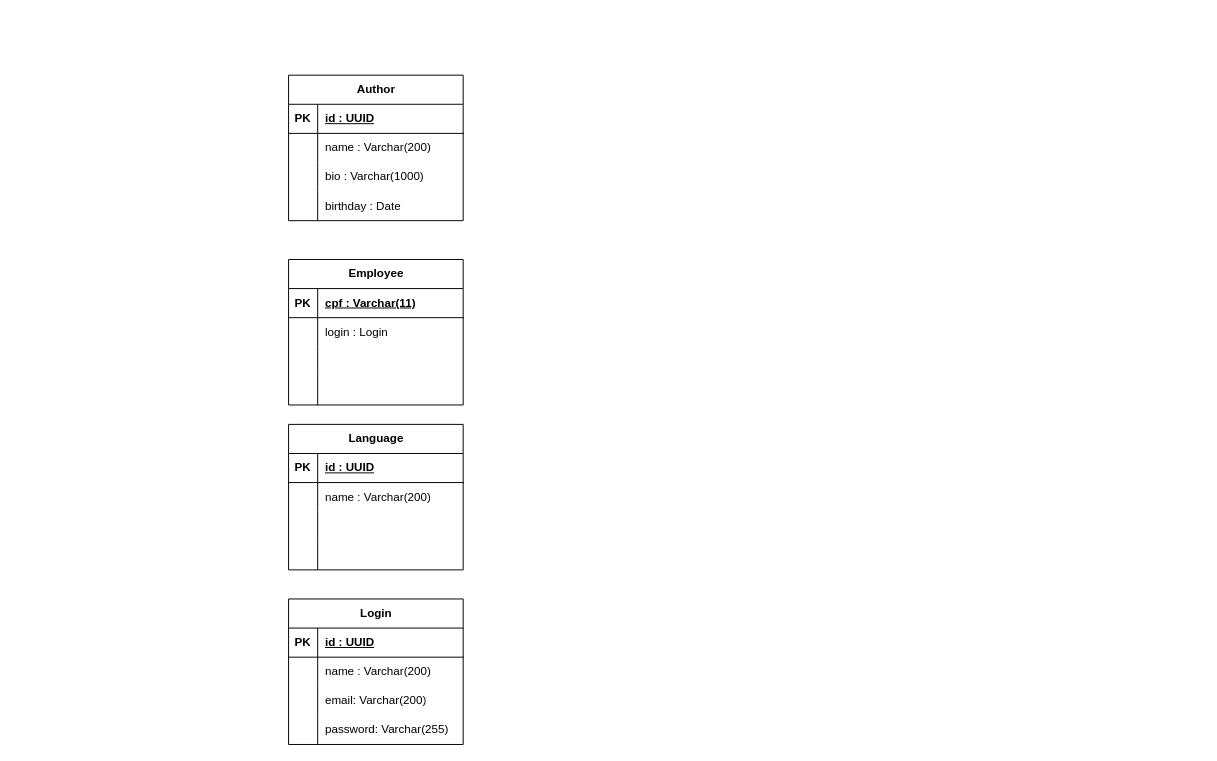
Before: docs/library.drawio in jvrss/library_backend, a draw.io diagram. Source tidied: cells renumbered, new cells numbered last; positions are measured from the earlier drawing's top-left corner, leaving out a move shared by most shapes. Both pictures are drawn from the tidied source at 97%, with x=0, y=0 at pixel (288, 75).
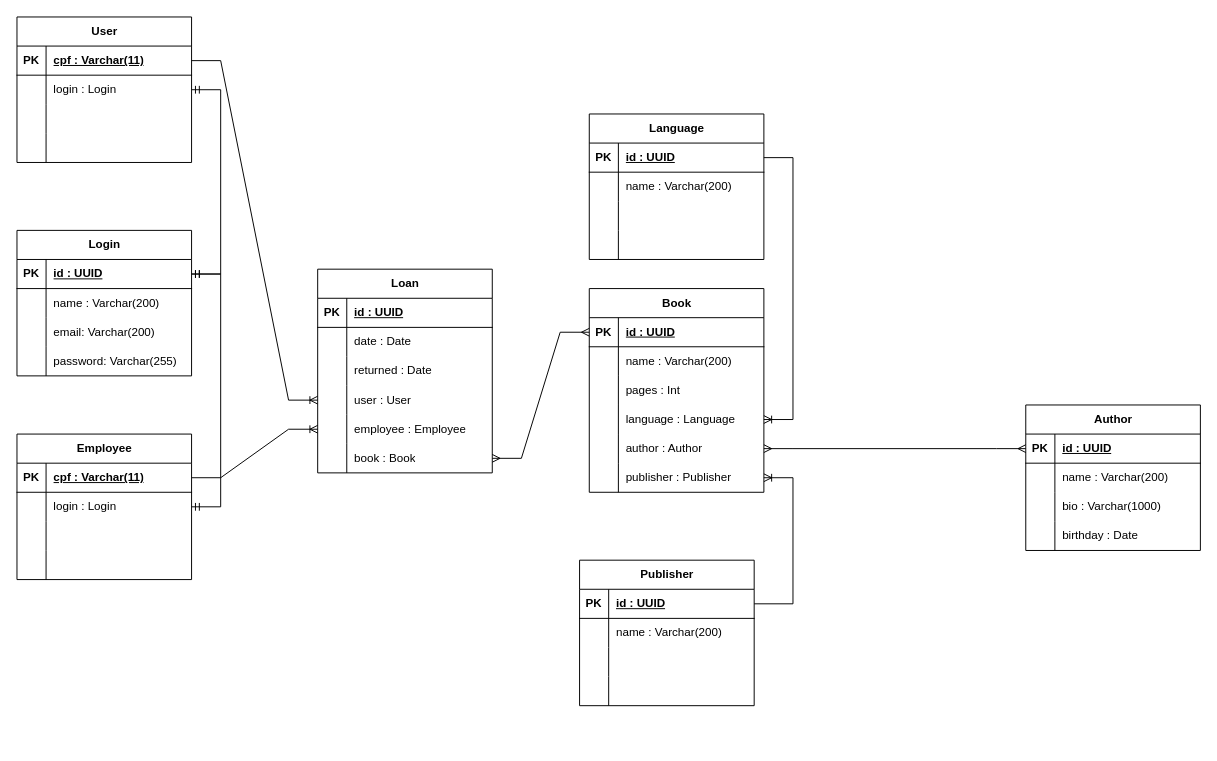
The same diagram, later.

The change refers to these unchanged cells:
```xml
<mxCell id="3" style="shape=tableRow;horizontal=0;startSize=0;swimlaneHead=0;swimlaneBody=0;fillColor=none;points=[[0,0.5],[1,0.5]];portConstraint=eastwest;top=0;left=0;right=0;bottom=1;" parent="2" vertex="1">
  <mxGeometry y="30" width="180" height="30" as="geometry" />
</mxCell>
<mxCell id="16" style="shape=tableRow;horizontal=0;startSize=0;swimlaneHead=0;swimlaneBody=0;fillColor=none;points=[[0,0.5],[1,0.5]];portConstraint=eastwest;top=0;left=0;right=0;bottom=1;" parent="15" vertex="1">
  <mxGeometry y="30" width="180" height="30" as="geometry" />
</mxCell>
<mxCell id="19" style="shape=tableRow;horizontal=0;startSize=0;swimlaneHead=0;swimlaneBody=0;fillColor=none;points=[[0,0.5],[1,0.5]];portConstraint=eastwest;top=0;left=0;right=0;bottom=0;" parent="15" vertex="1">
  <mxGeometry y="60" width="180" height="30" as="geometry" />
</mxCell>
<mxCell id="29" style="shape=tableRow;horizontal=0;startSize=0;swimlaneHead=0;swimlaneBody=0;fillColor=none;points=[[0,0.5],[1,0.5]];portConstraint=eastwest;top=0;left=0;right=0;bottom=1;" parent="28" vertex="1">
  <mxGeometry y="30" width="180" height="30" as="geometry" />
</mxCell>
<mxCell id="42" style="shape=tableRow;horizontal=0;startSize=0;swimlaneHead=0;swimlaneBody=0;fillColor=none;points=[[0,0.5],[1,0.5]];portConstraint=eastwest;top=0;left=0;right=0;bottom=1;" parent="41" vertex="1">
  <mxGeometry y="30" width="180" height="30" as="geometry" />
</mxCell>
```

What changed in the source:
```diff
@@
     <mxCell id="2" value="Author" style="shape=table;startSize=30;childLayout=tableLayout;rowLines=0;fontStyle=1;align=center;html=1;" parent="1" vertex="1">
-      <mxGeometry width="180" height="150" as="geometry" />
+      <mxGeometry x="760" y="340" width="180" height="150" as="geometry" />
     </mxCell>
@@
     <mxCell id="15" value="Employee" style="shape=table;startSize=30;childLayout=tableLayout;rowLines=0;fontStyle=1;align=center;html=1;" parent="1" vertex="1">
-      <mxGeometry y="190" width="180" height="150" as="geometry" />
+      <mxGeometry x="-280" y="370" width="180" height="150" as="geometry" />
     </mxCell>
@@
     <mxCell id="28" value="Language" style="shape=table;startSize=30;childLayout=tableLayout;rowLines=0;fontStyle=1;align=center;html=1;" parent="1" vertex="1">
-      <mxGeometry y="360" width="180" height="150" as="geometry" />
+      <mxGeometry x="310" y="40" width="180" height="150" as="geometry" />
     </mxCell>
@@
     <mxCell id="41" value="Login" style="shape=table;startSize=30;childLayout=tableLayout;rowLines=0;fontStyle=1;align=center;html=1;" parent="1" vertex="1">
-      <mxGeometry y="540" width="180" height="150" as="geometry" />
+      <mxGeometry x="-280" y="160" width="180" height="150" as="geometry" />
     </mxCell>
@@
+    <mxCell id="54" value="&lt;div&gt;Publisher&lt;/div&gt;" style="shape=table;startSize=30;childLayout=tableLayout;rowLines=0;fontStyle=1;align=center;html=1;" parent="1" vertex="1">
+      <mxGeometry x="300" y="500" width="180" height="150" as="geometry" />
+    </mxCell>
+    <mxCell id="55" style="shape=tableRow;horizontal=0;startSize=0;swimlaneHead=0;swimlaneBody=0;fillColor=none;points=[[0,0.5],[1,0.5]];portConstraint=eastwest;top=0;left=0;right=0;bottom=1;" parent="54" vertex="1">
+      <mxGeometry y="30" width="180" height="30" as="geometry" />
+    </mxCell>
+    <mxCell id="56" value="PK" style="shape=partialRectangle;fillColor=none;top=0;left=0;bottom=0;right=0;fontStyle=1;overflow=hidden;whiteSpace=wrap;html=1;" parent="55" vertex="1">
+      <mxGeometry width="30" height="30" as="geometry" />
+    </mxCell>
+    <mxCell id="57" value="id : UUID" style="shape=partialRectangle;fillColor=none;top=0;left=0;bottom=0;right=0;align=left;spacingLeft=6;fontStyle=5;overflow=hidden;whiteSpace=wrap;html=1;" parent="55" vertex="1">
+      <mxGeometry x="30" width="150" height="30" as="geometry" />
+    </mxCell>
+    <mxCell id="58" style="shape=tableRow;horizontal=0;startSize=0;swimlaneHead=0;swimlaneBody=0;fillColor=none;top=0;left=0;right=0;bottom=0;" parent="54" vertex="1">
+      <mxGeometry y="60" width="180" height="30" as="geometry" />
+    </mxCell>
+    <mxCell id="59" style="shape=partialRectangle;fillColor=none;top=0;left=0;bottom=0;right=0;overflow=hidden;whiteSpace=wrap;html=1;" parent="58" vertex="1">
+      <mxGeometry width="30" height="30" as="geometry" />
+    </mxCell>
+    <mxCell id="60" value="name : Varchar(200)" style="shape=partialRectangle;fillColor=none;top=0;left=0;bottom=0;right=0;align=left;spacingLeft=6;overflow=hidden;whiteSpace=wrap;html=1;" parent="58" vertex="1">
+      <mxGeometry x="30" width="150" height="30" as="geometry" />
+    </mxCell>
+    <mxCell id="61" style="shape=tableRow;horizontal=0;startSize=0;swimlaneHead=0;swimlaneBody=0;fillColor=none;top=0;left=0;right=0;bottom=0;" parent="54" vertex="1">
+      <mxGeometry y="90" width="180" height="30" as="geometry" />
+    </mxCell>
+    <mxCell id="62" style="shape=partialRectangle;fillColor=none;top=0;left=0;bottom=0;right=0;overflow=hidden;whiteSpace=wrap;html=1;" parent="61" vertex="1">
+      <mxGeometry width="30" height="30" as="geometry" />
+    </mxCell>
+    <mxCell id="63" style="shape=partialRectangle;fillColor=none;top=0;left=0;bottom=0;right=0;align=left;spacingLeft=6;overflow=hidden;whiteSpace=wrap;html=1;" parent="61" vertex="1">
+      <mxGeometry x="30" width="150" height="30" as="geometry" />
+    </mxCell>
+    <mxCell id="64" style="shape=tableRow;horizontal=0;startSize=0;swimlaneHead=0;swimlaneBody=0;fillColor=none;top=0;left=0;right=0;bottom=0;" parent="54" vertex="1">
+      <mxGeometry y="120" width="180" height="30" as="geometry" />
+    </mxCell>
+    <mxCell id="65" style="shape=partialRectangle;fillColor=none;top=0;left=0;bottom=0;right=0;overflow=hidden;whiteSpace=wrap;html=1;" parent="64" vertex="1">
+      <mxGeometry width="30" height="30" as="geometry" />
+    </mxCell>
+    <mxCell id="66" style="shape=partialRectangle;fillColor=none;top=0;left=0;bottom=0;right=0;align=left;spacingLeft=6;overflow=hidden;whiteSpace=wrap;html=1;" parent="64" vertex="1">
+      <mxGeometry x="30" width="150" height="30" as="geometry" />
+    </mxCell>
+    <mxCell id="67" value="User" style="shape=table;startSize=30;childLayout=tableLayout;rowLines=0;fontStyle=1;align=center;html=1;" parent="1" vertex="1">
+      <mxGeometry x="-280" y="-60" width="180" height="150" as="geometry" />
+    </mxCell>
+    <mxCell id="68" style="shape=tableRow;horizontal=0;startSize=0;swimlaneHead=0;swimlaneBody=0;fillColor=none;points=[[0,0.5],[1,0.5]];portConstraint=eastwest;top=0;left=0;right=0;bottom=1;" parent="67" vertex="1">
+      <mxGeometry y="30" width="180" height="30" as="geometry" />
+    </mxCell>
+    <mxCell id="69" value="PK" style="shape=partialRectangle;fillColor=none;top=0;left=0;bottom=0;right=0;fontStyle=1;overflow=hidden;whiteSpace=wrap;html=1;" parent="68" vertex="1">
+      <mxGeometry width="30" height="30" as="geometry" />
+    </mxCell>
+    <mxCell id="70" value="cpf : Varchar(11)" style="shape=partialRectangle;fillColor=none;top=0;left=0;bottom=0;right=0;align=left;spacingLeft=6;fontStyle=5;overflow=hidden;whiteSpace=wrap;html=1;" parent="68" vertex="1">
+      <mxGeometry x="30" width="150" height="30" as="geometry" />
+    </mxCell>
+    <mxCell id="71" style="shape=tableRow;horizontal=0;startSize=0;swimlaneHead=0;swimlaneBody=0;fillColor=none;points=[[0,0.5],[1,0.5]];portConstraint=eastwest;top=0;left=0;right=0;bottom=0;" parent="67" vertex="1">
+      <mxGeometry y="60" width="180" height="30" as="geometry" />
+    </mxCell>
+    <mxCell id="72" style="shape=partialRectangle;fillColor=none;top=0;left=0;bottom=0;right=0;overflow=hidden;whiteSpace=wrap;html=1;" parent="71" vertex="1">
+      <mxGeometry width="30" height="30" as="geometry" />
+    </mxCell>
+    <mxCell id="73" value="login : Login" style="shape=partialRectangle;fillColor=none;top=0;left=0;bottom=0;right=0;align=left;spacingLeft=6;overflow=hidden;whiteSpace=wrap;html=1;" parent="71" vertex="1">
+      <mxGeometry x="30" width="150" height="30" as="geometry" />
+    </mxCell>
+    <mxCell id="74" style="shape=tableRow;horizontal=0;startSize=0;swimlaneHead=0;swimlaneBody=0;fillColor=none;top=0;left=0;right=0;bottom=0;" parent="67" vertex="1">
+      <mxGeometry y="90" width="180" height="30" as="geometry" />
+    </mxCell>
+    <mxCell id="75" style="shape=partialRectangle;fillColor=none;top=0;left=0;bottom=0;right=0;overflow=hidden;whiteSpace=wrap;html=1;" parent="74" vertex="1">
+      <mxGeometry width="30" height="30" as="geometry" />
+    </mxCell>
+    <mxCell id="76" style="shape=partialRectangle;fillColor=none;top=0;left=0;bottom=0;right=0;align=left;spacingLeft=6;overflow=hidden;whiteSpace=wrap;html=1;" parent="74" vertex="1">
+      <mxGeometry x="30" width="150" height="30" as="geometry" />
+    </mxCell>
+    <mxCell id="77" style="shape=tableRow;horizontal=0;startSize=0;swimlaneHead=0;swimlaneBody=0;fillColor=none;top=0;left=0;right=0;bottom=0;" parent="67" vertex="1">
+      <mxGeometry y="120" width="180" height="30" as="geometry" />
+    </mxCell>
+    <mxCell id="78" style="shape=partialRectangle;fillColor=none;top=0;left=0;bottom=0;right=0;overflow=hidden;whiteSpace=wrap;html=1;" parent="77" vertex="1">
+      <mxGeometry width="30" height="30" as="geometry" />
+    </mxCell>
+    <mxCell id="79" style="shape=partialRectangle;fillColor=none;top=0;left=0;bottom=0;right=0;align=left;spacingLeft=6;overflow=hidden;whiteSpace=wrap;html=1;" parent="77" vertex="1">
+      <mxGeometry x="30" width="150" height="30" as="geometry" />
+    </mxCell>
+    <mxCell id="80" style="edgeStyle=entityRelationEdgeStyle;fontSize=12;html=1;endArrow=ERmandOne;startArrow=ERmandOne;rounded=0;" parent="1" edge="1" source="42" target="71">
+      <mxGeometry relative="1" as="geometry" />
+    </mxCell>
+    <mxCell id="81" style="edgeStyle=entityRelationEdgeStyle;fontSize=12;html=1;endArrow=ERmandOne;startArrow=ERmandOne;rounded=0;" parent="1" edge="1" source="19" target="42">
+      <mxGeometry relative="1" as="geometry" />
+    </mxCell>
+    <mxCell id="82" value="Loan" style="shape=table;startSize=30;childLayout=tableLayout;rowLines=0;fontStyle=1;align=center;html=1;" parent="1" vertex="1">
+      <mxGeometry x="30" y="200" width="180" height="210" as="geometry" />
+    </mxCell>
+    <mxCell id="83" style="shape=tableRow;horizontal=0;startSize=0;swimlaneHead=0;swimlaneBody=0;fillColor=none;top=0;left=0;right=0;bottom=1;" parent="82" vertex="1">
+      <mxGeometry y="30" width="180" height="30" as="geometry" />
+    </mxCell>
+    <mxCell id="84" value="PK" style="shape=partialRectangle;fillColor=none;top=0;left=0;bottom=0;right=0;fontStyle=1;overflow=hidden;whiteSpace=wrap;html=1;" parent="83" vertex="1">
+      <mxGeometry width="30" height="30" as="geometry" />
+    </mxCell>
+    <mxCell id="85" value="id : UUID" style="shape=partialRectangle;fillColor=none;top=0;left=0;bottom=0;right=0;align=left;spacingLeft=6;fontStyle=5;overflow=hidden;whiteSpace=wrap;html=1;" parent="83" vertex="1">
+      <mxGeometry x="30" width="150" height="30" as="geometry" />
+    </mxCell>
+    <mxCell id="86" style="shape=tableRow;horizontal=0;startSize=0;swimlaneHead=0;swimlaneBody=0;fillColor=none;top=0;left=0;right=0;bottom=0;" parent="82" vertex="1">
+      <mxGeometry y="60" width="180" height="30" as="geometry" />
+    </mxCell>
+    <mxCell id="87" style="shape=partialRectangle;fillColor=none;top=0;left=0;bottom=0;right=0;overflow=hidden;whiteSpace=wrap;html=1;" parent="86" vertex="1">
+      <mxGeometry width="30" height="30" as="geometry" />
+    </mxCell>
+    <mxCell id="88" value="date : Date" style="shape=partialRectangle;fillColor=none;top=0;left=0;bottom=0;right=0;align=left;spacingLeft=6;overflow=hidden;whiteSpace=wrap;html=1;" parent="86" vertex="1">
+      <mxGeometry x="30" width="150" height="30" as="geometry" />
+    </mxCell>
+    <mxCell id="89" style="shape=tableRow;horizontal=0;startSize=0;swimlaneHead=0;swimlaneBody=0;fillColor=none;top=0;left=0;right=0;bottom=0;" parent="82" vertex="1">
+      <mxGeometry y="90" width="180" height="30" as="geometry" />
+    </mxCell>
+    <mxCell id="90" style="shape=partialRectangle;fillColor=none;top=0;left=0;bottom=0;right=0;overflow=hidden;whiteSpace=wrap;html=1;" parent="89" vertex="1">
+      <mxGeometry width="30" height="30" as="geometry" />
+    </mxCell>
+    <mxCell id="91" value="returned : Date" style="shape=partialRectangle;fillColor=none;top=0;left=0;bottom=0;right=0;align=left;spacingLeft=6;overflow=hidden;whiteSpace=wrap;html=1;" parent="89" vertex="1">
+      <mxGeometry x="30" width="150" height="30" as="geometry" />
+    </mxCell>
+    <mxCell id="92" style="shape=tableRow;horizontal=0;startSize=0;swimlaneHead=0;swimlaneBody=0;fillColor=none;points=[[0,0.5],[1,0.5]];portConstraint=eastwest;top=0;left=0;right=0;bottom=0;" parent="82" vertex="1">
+      <mxGeometry y="120" width="180" height="30" as="geometry" />
+    </mxCell>
+    <mxCell id="93" style="shape=partialRectangle;fillColor=none;top=0;left=0;bottom=0;right=0;overflow=hidden;whiteSpace=wrap;html=1;" parent="92" vertex="1">
+      <mxGeometry width="30" height="30" as="geometry" />
+    </mxCell>
+    <mxCell id="94" value="user : User" style="shape=partialRectangle;fillColor=none;top=0;left=0;bottom=0;right=0;align=left;spacingLeft=6;overflow=hidden;whiteSpace=wrap;html=1;" parent="92" vertex="1">
+      <mxGeometry x="30" width="150" height="30" as="geometry" />
+    </mxCell>
+    <mxCell id="95" style="shape=tableRow;horizontal=0;startSize=0;swimlaneHead=0;swimlaneBody=0;fillColor=none;points=[[0,0.5],[1,0.5]];portConstraint=eastwest;top=0;left=0;right=0;bottom=0;" parent="82" vertex="1">
+      <mxGeometry y="150" width="180" height="30" as="geometry" />
+    </mxCell>
+    <mxCell id="96" style="shape=partialRectangle;fillColor=none;top=0;left=0;bottom=0;right=0;overflow=hidden;whiteSpace=wrap;html=1;" parent="95" vertex="1">
+      <mxGeometry width="30" height="30" as="geometry" />
+    </mxCell>
+    <mxCell id="97" value="employee : Employee" style="shape=partialRectangle;fillColor=none;top=0;left=0;bottom=0;right=0;align=left;spacingLeft=6;overflow=hidden;whiteSpace=wrap;html=1;" parent="95" vertex="1">
+      <mxGeometry x="30" width="150" height="30" as="geometry" />
+    </mxCell>
+    <mxCell id="98" style="shape=tableRow;horizontal=0;startSize=0;swimlaneHead=0;swimlaneBody=0;fillColor=none;points=[[0,0.5],[1,0.5]];portConstraint=eastwest;top=0;left=0;right=0;bottom=0;" parent="82" vertex="1">
+      <mxGeometry y="180" width="180" height="30" as="geometry" />
+    </mxCell>
+    <mxCell id="99" style="shape=partialRectangle;fillColor=none;top=0;left=0;bottom=0;right=0;overflow=hidden;whiteSpace=wrap;html=1;" parent="98" vertex="1">
+      <mxGeometry width="30" height="30" as="geometry" />
+    </mxCell>
+    <mxCell id="100" value="book : Book" style="shape=partialRectangle;fillColor=none;top=0;left=0;bottom=0;right=0;align=left;spacingLeft=6;overflow=hidden;whiteSpace=wrap;html=1;" parent="98" vertex="1">
+      <mxGeometry x="30" width="150" height="30" as="geometry" />
+    </mxCell>
+    <mxCell id="101" style="edgeStyle=entityRelationEdgeStyle;fontSize=12;html=1;endArrow=ERoneToMany;rounded=0;" parent="1" edge="1" source="68" target="92">
+      <mxGeometry relative="1" as="geometry" />
+    </mxCell>
+    <mxCell id="102" style="edgeStyle=entityRelationEdgeStyle;fontSize=12;html=1;endArrow=ERoneToMany;rounded=0;" parent="1" edge="1" source="16" target="95">
+      <mxGeometry relative="1" as="geometry" />
+    </mxCell>
+    <mxCell id="103" value="Book" style="shape=table;startSize=30;childLayout=tableLayout;rowLines=0;fontStyle=1;align=center;html=1;" parent="1" vertex="1">
+      <mxGeometry x="310" y="220" width="180" height="210" as="geometry" />
+    </mxCell>
+    <mxCell id="104" style="shape=tableRow;horizontal=0;startSize=0;swimlaneHead=0;swimlaneBody=0;fillColor=none;points=[[0,0.5],[1,0.5]];portConstraint=eastwest;top=0;left=0;right=0;bottom=1;" parent="103" vertex="1">
+      <mxGeometry y="30" width="180" height="30" as="geometry" />
+    </mxCell>
+    <mxCell id="105" value="PK" style="shape=partialRectangle;fillColor=none;top=0;left=0;bottom=0;right=0;fontStyle=1;overflow=hidden;whiteSpace=wrap;html=1;" parent="104" vertex="1">
+      <mxGeometry width="30" height="30" as="geometry" />
+    </mxCell>
+    <mxCell id="106" value="id : UUID" style="shape=partialRectangle;fillColor=none;top=0;left=0;bottom=0;right=0;align=left;spacingLeft=6;fontStyle=5;overflow=hidden;whiteSpace=wrap;html=1;" parent="104" vertex="1">
+      <mxGeometry x="30" width="150" height="30" as="geometry" />
+    </mxCell>
+    <mxCell id="107" style="shape=tableRow;horizontal=0;startSize=0;swimlaneHead=0;swimlaneBody=0;fillColor=none;top=0;left=0;right=0;bottom=0;" parent="103" vertex="1">
+      <mxGeometry y="60" width="180" height="30" as="geometry" />
+    </mxCell>
+    <mxCell id="108" style="shape=partialRectangle;fillColor=none;top=0;left=0;bottom=0;right=0;overflow=hidden;whiteSpace=wrap;html=1;" parent="107" vertex="1">
+      <mxGeometry width="30" height="30" as="geometry" />
+    </mxCell>
+    <mxCell id="109" value="name : Varchar(200)" style="shape=partialRectangle;fillColor=none;top=0;left=0;bottom=0;right=0;align=left;spacingLeft=6;overflow=hidden;whiteSpace=wrap;html=1;" parent="107" vertex="1">
+      <mxGeometry x="30" width="150" height="30" as="geometry" />
+    </mxCell>
+    <mxCell id="110" style="shape=tableRow;horizontal=0;startSize=0;swimlaneHead=0;swimlaneBody=0;fillColor=none;top=0;left=0;right=0;bottom=0;" parent="103" vertex="1">
+      <mxGeometry y="90" width="180" height="30" as="geometry" />
+    </mxCell>
+    <mxCell id="111" style="shape=partialRectangle;fillColor=none;top=0;left=0;bottom=0;right=0;overflow=hidden;whiteSpace=wrap;html=1;" parent="110" vertex="1">
+      <mxGeometry width="30" height="30" as="geometry" />
+    </mxCell>
+    <mxCell id="112" value="pages : Int" style="shape=partialRectangle;fillColor=none;top=0;left=0;bottom=0;right=0;align=left;spacingLeft=6;overflow=hidden;whiteSpace=wrap;html=1;" parent="110" vertex="1">
+      <mxGeometry x="30" width="150" height="30" as="geometry" />
+    </mxCell>
+    <mxCell id="113" style="shape=tableRow;horizontal=0;startSize=0;swimlaneHead=0;swimlaneBody=0;fillColor=none;points=[[0,0.5],[1,0.5]];portConstraint=eastwest;top=0;left=0;right=0;bottom=0;" parent="103" vertex="1">
+      <mxGeometry y="120" width="180" height="30" as="geometry" />
+    </mxCell>
+    <mxCell id="114" style="shape=partialRectangle;fillColor=none;top=0;left=0;bottom=0;right=0;overflow=hidden;whiteSpace=wrap;html=1;" parent="113" vertex="1">
+      <mxGeometry width="30" height="30" as="geometry" />
+    </mxCell>
+    <mxCell id="115" value="language : Language" style="shape=partialRectangle;fillColor=none;top=0;left=0;bottom=0;right=0;align=left;spacingLeft=6;overflow=hidden;whiteSpace=wrap;html=1;" parent="113" vertex="1">
+      <mxGeometry x="30" width="150" height="30" as="geometry" />
+    </mxCell>
+    <mxCell id="116" style="shape=tableRow;horizontal=0;startSize=0;swimlaneHead=0;swimlaneBody=0;fillColor=none;points=[[0,0.5],[1,0.5]];portConstraint=eastwest;top=0;left=0;right=0;bottom=0;" parent="103" vertex="1">
+      <mxGeometry y="150" width="180" height="30" as="geometry" />
+    </mxCell>
+    <mxCell id="117" style="shape=partialRectangle;fillColor=none;top=0;left=0;bottom=0;right=0;overflow=hidden;whiteSpace=wrap;html=1;" parent="116" vertex="1">
+      <mxGeometry width="30" height="30" as="geometry" />
+    </mxCell>
+    <mxCell id="118" value="author : Author" style="shape=partialRectangle;fillColor=none;top=0;left=0;bottom=0;right=0;align=left;spacingLeft=6;overflow=hidden;whiteSpace=wrap;html=1;" parent="116" vertex="1">
+      <mxGeometry x="30" width="150" height="30" as="geometry" />
+    </mxCell>
+    <mxCell id="119" style="shape=tableRow;horizontal=0;startSize=0;swimlaneHead=0;swimlaneBody=0;fillColor=none;points=[[0,0.5],[1,0.5]];portConstraint=eastwest;top=0;left=0;right=0;bottom=0;" parent="103" vertex="1">
+      <mxGeometry y="180" width="180" height="30" as="geometry" />
+    </mxCell>
+    <mxCell id="120" style="shape=partialRectangle;fillColor=none;top=0;left=0;bottom=0;right=0;overflow=hidden;whiteSpace=wrap;html=1;" parent="119" vertex="1">
+      <mxGeometry width="30" height="30" as="geometry" />
+    </mxCell>
+    <mxCell id="121" value="publisher : Publisher" style="shape=partialRectangle;fillColor=none;top=0;left=0;bottom=0;right=0;align=left;spacingLeft=6;overflow=hidden;whiteSpace=wrap;html=1;" parent="119" vertex="1">
+      <mxGeometry x="30" width="150" height="30" as="geometry" />
+    </mxCell>
+    <mxCell id="122" style="edgeStyle=entityRelationEdgeStyle;fontSize=12;html=1;endArrow=ERoneToMany;rounded=0;" parent="1" edge="1" source="55" target="119">
+      <mxGeometry relative="1" as="geometry" />
+    </mxCell>
+    <mxCell id="123" style="edgeStyle=entityRelationEdgeStyle;fontSize=12;html=1;endArrow=ERoneToMany;rounded=0;" parent="1" edge="1" source="29" target="113">
+      <mxGeometry relative="1" as="geometry" />
+    </mxCell>
+    <mxCell id="124" style="edgeStyle=entityRelationEdgeStyle;fontSize=12;html=1;endArrow=ERmany;startArrow=ERmany;rounded=0;entryX=0;entryY=0.5;entryDx=0;entryDy=0;" parent="1" edge="1" source="116" target="3">
+      <mxGeometry relative="1" as="geometry" />
+    </mxCell>
+    <mxCell id="125" style="edgeStyle=entityRelationEdgeStyle;fontSize=12;html=1;endArrow=ERmany;startArrow=ERmany;rounded=0;" parent="1" edge="1" source="98" target="104">
+      <mxGeometry relative="1" as="geometry" />
+    </mxCell>
```
